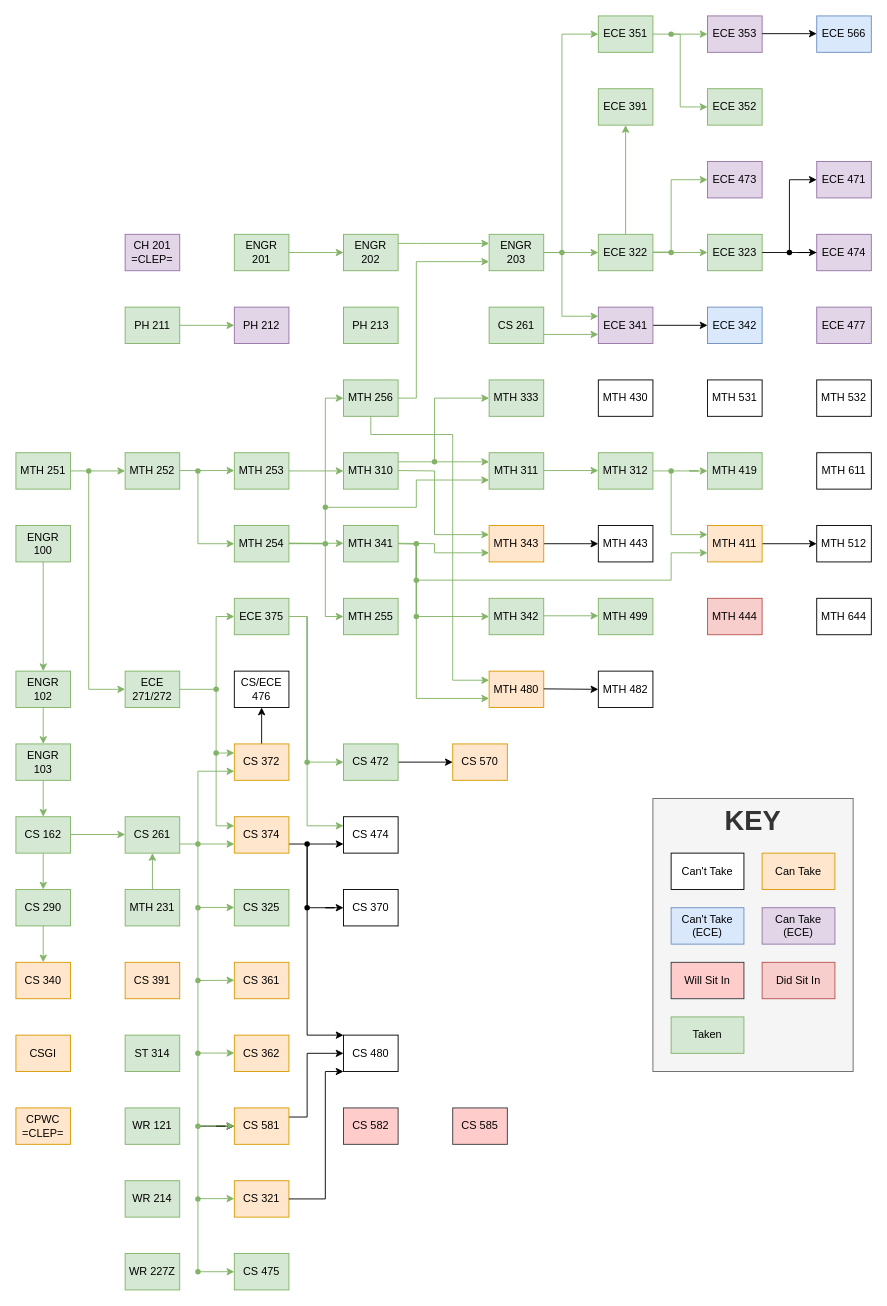
The draw.io diagram Classes.drawio in Jonas-Carew/Class-Flowchart, before the edit. Source tidied: cells renumbered, new cells numbered last; positions are measured from the earlier drawing's top-left corner, leaving out a move shared by most shapes. Both pictures are drawn from the tidied source at 91%, with x=0, y=0 at pixel (15, 15).
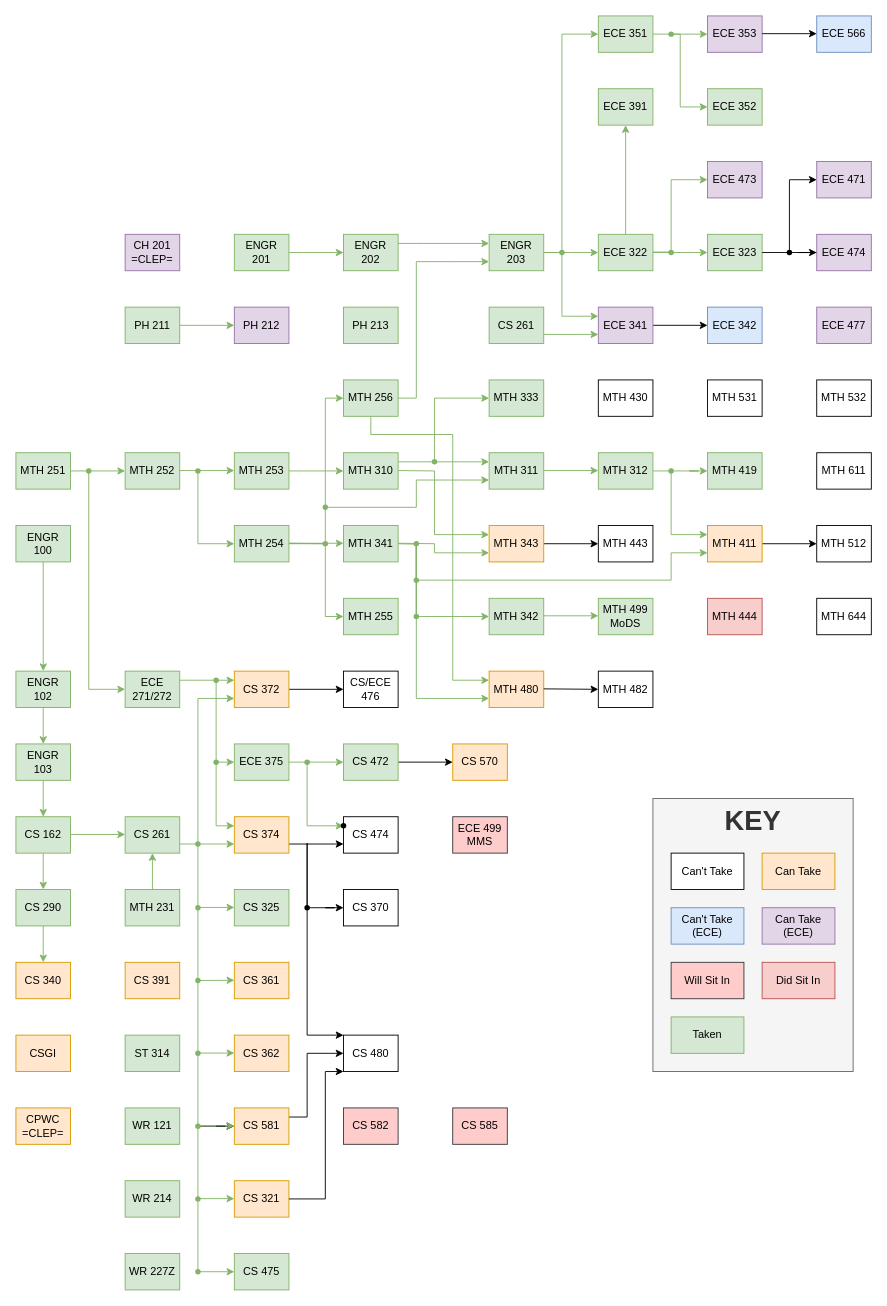
After the change.

Commit message:
Rearranged Systems Classes, added 499 Modern Memory Systems

Unchanged cells that the change refers to:
```xml
<mxCell id="5" value="ECE 271/272" style="rounded=0;whiteSpace=wrap;html=1;fillColor=#d5e8d4;strokeColor=#82b366;" parent="1" vertex="1">
  <mxGeometry x="120" y="720" width="60" height="40" as="geometry" />
</mxCell>
<mxCell id="50" value="&lt;div&gt;CS 374&lt;/div&gt;" style="rounded=0;whiteSpace=wrap;html=1;fillColor=#ffe6cc;strokeColor=#d79b00;" parent="1" vertex="1">
  <mxGeometry x="240" y="880" width="60" height="40" as="geometry" />
</mxCell>
<mxCell id="55" value="CS 474" style="whiteSpace=wrap;html=1;rounded=0;" parent="1" vertex="1">
  <mxGeometry x="360" y="880" width="60" height="40" as="geometry" />
</mxCell>
<mxCell id="69" value="CS 472" style="whiteSpace=wrap;html=1;rounded=0;fillColor=#d5e8d4;strokeColor=#82b366;" parent="1" vertex="1">
  <mxGeometry x="360" y="800" width="60" height="40" as="geometry" />
</mxCell>
<mxCell id="127" style="shape=waypoint;sketch=0;fillStyle=solid;size=6;points=[];perimeter=centerPerimeter;snapToPoint=1;strokeColor=#82B366;" parent="1" vertex="1">
  <mxGeometry x="310" y="810" width="20" height="20" as="geometry" />
</mxCell>
```

What changed in the source:
```diff
@@
-    <mxCell id="4" style="edgeStyle=orthogonalEdgeStyle;rounded=0;jettySize=auto;html=1;entryX=0;entryY=0.5;entryDx=0;entryDy=0;fillColor=#d5e8d4;strokeColor=#82b366;" parent="1" edge="1" source="5" target="45">
-      <mxGeometry relative="1" as="geometry">
-        <Array as="points">
-          <mxPoint x="220" y="740" />
-          <mxPoint x="220" y="660" />
-        </Array>
-      </mxGeometry>
-    </mxCell>
+    <mxCell id="186" style="edgeStyle=orthogonalEdgeStyle;rounded=0;jettySize=auto;html=1;exitX=1;exitY=0.25;exitDx=0;exitDy=0;entryX=0;entryY=0.25;entryDx=0;entryDy=0;fillColor=#d5e8d4;strokeColor=#82b366;" parent="1" edge="1" source="5" target="59">
+      <mxGeometry relative="1" as="geometry">
+        <Array as="points">
+          <mxPoint x="190" y="730" />
+          <mxPoint x="190" y="730" />
+        </Array>
+      </mxGeometry>
+    </mxCell>
@@
     <mxCell id="45" value="ECE 375" style="rounded=0;whiteSpace=wrap;html=1;fillColor=#D5E8D4;strokeColor=#82B366;" parent="1" vertex="1">
-      <mxGeometry x="240" y="640" width="60" height="40" as="geometry" />
+      <mxGeometry x="240" y="800" width="60" height="40" as="geometry" />
     </mxCell>
@@
-    <mxCell id="51" style="endArrow=classic;html=1;rounded=0;exitDx=0;exitDy=0;entryX=0;entryY=0.25;entryDx=0;entryDy=0;fillColor=#d5e8d4;strokeColor=#82b366;" parent="1" edge="1" source="150" target="50">
-      <mxGeometry relative="1" as="geometry">
-        <Array as="points">
-          <mxPoint x="220" y="740" />
-          <mxPoint x="220" y="890" />
-        </Array>
-      </mxGeometry>
-    </mxCell>
@@
-    <mxCell id="56" style="edgeStyle=orthogonalEdgeStyle;rounded=0;jettySize=auto;html=1;entryX=0;entryY=0.25;entryDx=0;entryDy=0;exitDx=0;exitDy=0;strokeColor=#82B366;" parent="1" edge="1" source="127" target="55">
-      <mxGeometry relative="1" as="geometry">
-        <Array as="points">
-          <mxPoint x="320" y="660" />
-          <mxPoint x="320" y="890" />
-        </Array>
-      </mxGeometry>
-    </mxCell>
@@
     <mxCell id="59" value="&lt;div&gt;CS 372&lt;/div&gt;" style="rounded=0;whiteSpace=wrap;html=1;fillColor=#ffe6cc;strokeColor=#d79b00;" parent="1" vertex="1">
-      <mxGeometry x="240" y="800" width="60" height="40" as="geometry" />
+      <mxGeometry x="240" y="720" width="60" height="40" as="geometry" />
     </mxCell>
     <mxCell id="60" style="endArrow=classic;html=1;rounded=0;entryX=0;entryY=0.75;entryDx=0;entryDy=0;fillColor=#d5e8d4;strokeColor=#82b366;" parent="1" edge="1" target="59">
       <mxGeometry relative="1" as="geometry">
         <mxPoint x="200" y="910" as="sourcePoint" />
         <Array as="points">
           <mxPoint x="200" y="830" />
+          <mxPoint x="200" y="750" />
         </Array>
       </mxGeometry>
     </mxCell>
@@
     <mxCell id="70" style="edgeStyle=orthogonalEdgeStyle;rounded=0;jettySize=auto;html=1;entryX=0;entryY=0.5;entryDx=0;entryDy=0;exitX=1;exitY=0.5;exitDx=0;exitDy=0;fillColor=#FFE6CC;strokeColor=#82B366;" parent="1" edge="1" source="45" target="69">
       <mxGeometry relative="1" as="geometry">
         <Array as="points">
-          <mxPoint x="320" y="660" />
-          <mxPoint x="320" y="820" />
+          <mxPoint x="310" y="820" />
+          <mxPoint x="310" y="820" />
         </Array>
       </mxGeometry>
     </mxCell>
@@
     <mxCell id="115" value="CS/ECE 476" style="whiteSpace=wrap;html=1;rounded=0;" parent="1" vertex="1">
-      <mxGeometry x="240" y="720" width="60" height="40" as="geometry" />
+      <mxGeometry x="360" y="720" width="60" height="40" as="geometry" />
     </mxCell>
@@
+    <mxCell id="187" style="edgeStyle=orthogonalEdgeStyle;rounded=0;jettySize=auto;html=1;fillColor=#d5e8d4;strokeColor=#82b366;" parent="1" edge="1" source="127" target="142">
+      <mxGeometry relative="1" as="geometry">
+        <Array as="points">
+          <mxPoint x="320" y="890" />
+        </Array>
+      </mxGeometry>
+    </mxCell>
@@
-    <mxCell id="135" style="endArrow=classic;html=1;rounded=0;exitX=0.75;exitY=0.7;exitDx=0;exitDy=0;exitPerimeter=0;entryX=0;entryY=0.25;entryDx=0;entryDy=0;fillColor=#d5e8d4;strokeColor=#82b366;" parent="1" edge="1" source="149" target="59">
+    <mxCell id="135" style="endArrow=classic;html=1;rounded=0;exitX=0.75;exitY=0.7;exitDx=0;exitDy=0;exitPerimeter=0;entryX=0;entryY=0.5;entryDx=0;entryDy=0;fillColor=#d5e8d4;strokeColor=#82b366;" parent="1" edge="1" source="149" target="45">
       <mxGeometry relative="1" as="geometry" />
     </mxCell>
@@
     <mxCell id="142" style="shape=waypoint;sketch=0;fillStyle=solid;size=6;points=[];perimeter=centerPerimeter;snapToPoint=1;" parent="1" vertex="1">
-      <mxGeometry x="310" y="900" width="20" height="20" as="geometry" />
+      <mxGeometry x="350" y="880" width="20" height="20" as="geometry" />
     </mxCell>
@@
-    <mxCell id="149" style="shape=waypoint;sketch=0;fillStyle=solid;size=6;points=[];fillColor=#d5e8d4;perimeter=centerPerimeter;snapToPoint=1;strokeColor=#82b366;" parent="1" vertex="1">
-      <mxGeometry x="210" y="800" width="20" height="20" as="geometry" />
-    </mxCell>
-    <mxCell id="150" style="shape=waypoint;sketch=0;fillStyle=solid;size=6;points=[];fillColor=#d5e8d4;perimeter=centerPerimeter;snapToPoint=1;strokeColor=#82b366;" parent="1" vertex="1">
-      <mxGeometry x="210" y="730" width="20" height="20" as="geometry" />
-    </mxCell>
@@
-    <mxCell id="153" value="MTH 499" style="rounded=0;whiteSpace=wrap;html=1;fillColor=#d5e8d4;strokeColor=#82b366;" parent="1" vertex="1">
+    <mxCell id="153" value="&lt;div&gt;MTH 499&lt;/div&gt;MoDS" style="rounded=0;whiteSpace=wrap;html=1;fillColor=#d5e8d4;strokeColor=#82b366;" parent="1" vertex="1">
       <mxGeometry x="640" y="640" width="60" height="40" as="geometry" />
     </mxCell>
@@
+    <mxCell id="188" value="&lt;div&gt;ECE 499&lt;/div&gt;MMS" style="rounded=0;whiteSpace=wrap;html=1;fillColor=#ffcccc;strokeColor=#36393d;" parent="1" vertex="1">
+      <mxGeometry x="480" y="880" width="60" height="40" as="geometry" />
+    </mxCell>
+    <mxCell id="149" style="shape=waypoint;sketch=0;fillStyle=solid;size=6;points=[];fillColor=#d5e8d4;perimeter=centerPerimeter;snapToPoint=1;strokeColor=#82b366;" parent="1" vertex="1">
+      <mxGeometry x="210" y="810" width="20" height="20" as="geometry" />
+    </mxCell>
+    <mxCell id="189" style="shape=waypoint;sketch=0;fillStyle=solid;size=6;fillColor=#d5e8d4;perimeter=centerPerimeter;strokeColor=#82b366;" parent="1" vertex="1">
+      <mxGeometry x="210" y="720" width="20" height="20" as="geometry" />
+    </mxCell>
+    <mxCell id="190" style="edgeStyle=orthogonalEdgeStyle;rounded=0;jettySize=auto;html=1;fillColor=#d5e8d4;strokeColor=#82b366;entryX=0;entryY=0.25;entryDx=0;entryDy=0;" parent="1" edge="1" target="50">
+      <mxGeometry relative="1" as="geometry">
+        <mxPoint x="220" y="730" as="sourcePoint" />
+        <Array as="points">
+          <mxPoint x="220" y="890" />
+        </Array>
+      </mxGeometry>
+    </mxCell>
```
